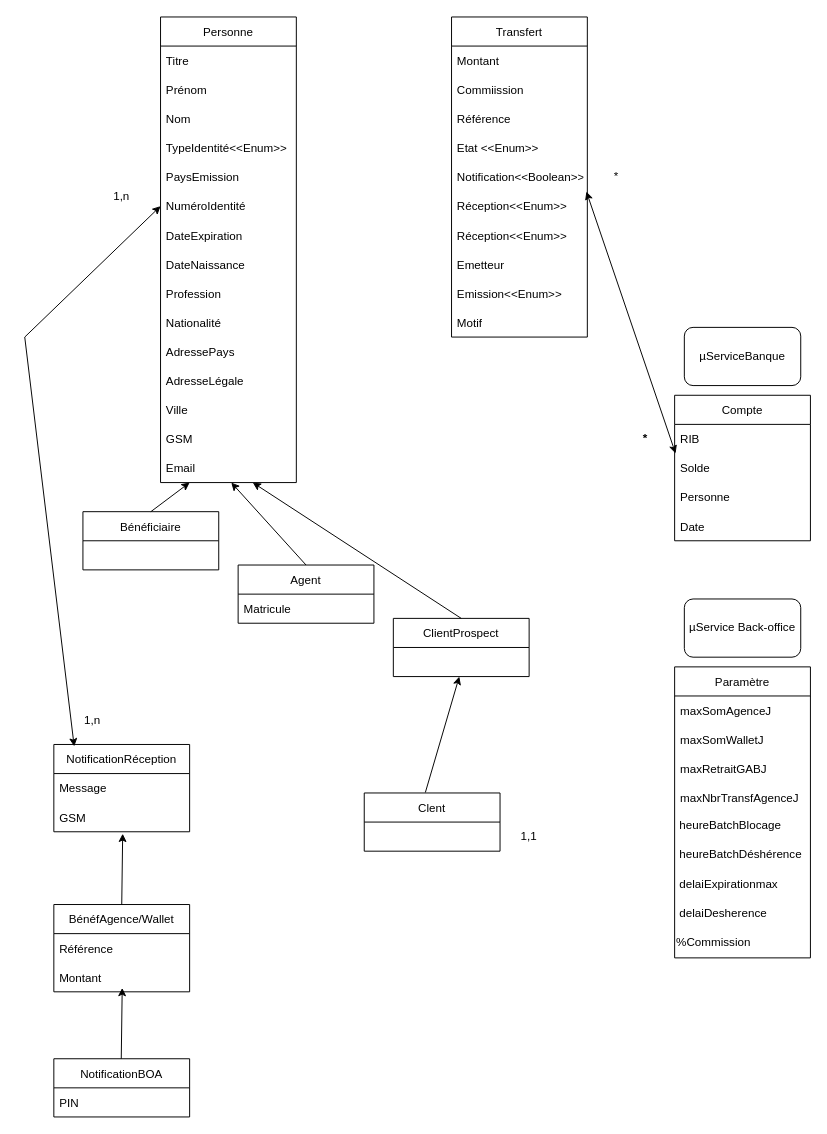
Before: Diagramme de classe.drawio in TransfertNationalOrg/transfert-service, a draw.io diagram. Source tidied: cells renumbered, new cells numbered last; positions are measured from the earlier drawing's top-left corner, leaving out a move shared by most shapes. Both pictures are drawn from the tidied source at 97%, with x=0, y=0 at pixel (24, 16).
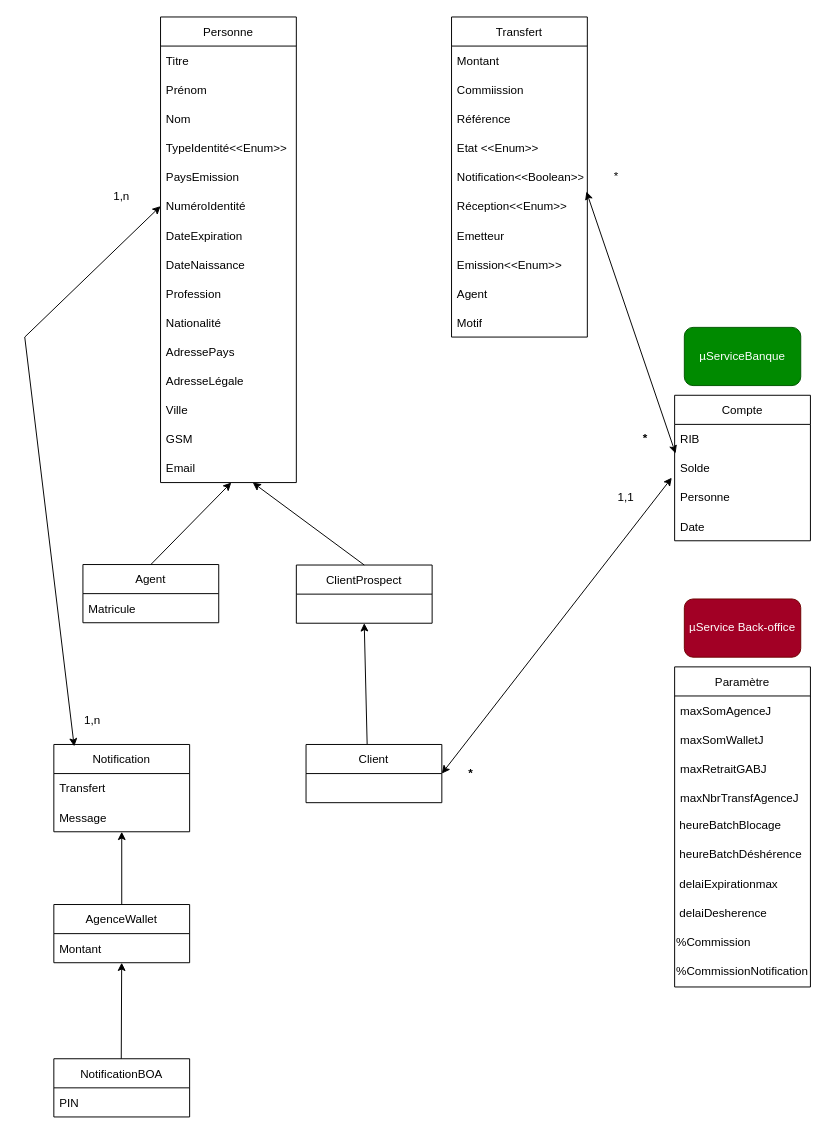
The same page after the edit.

The change refers to these unchanged cells:
```xml
<mxCell id="2" value="Transfert" style="swimlane;fontStyle=0;horizontal=1;startSize=30;" parent="1" vertex="1">
  <mxGeometry x="440" width="140" height="330" as="geometry" />
</mxCell>
<mxCell id="31" value="Solde" style="text;strokeColor=none;fillColor=none;align=left;verticalAlign=middle;spacingLeft=4;spacingRight=4;overflow=hidden;points=[[0,0.5],[1,0.5]];portConstraint=eastwest;" parent="29" vertex="1">
  <mxGeometry y="60" width="140" height="30" as="geometry" />
</mxCell>
```

Diff of the diagram source:
```diff
@@
-    <mxCell id="9" value="Réception&lt;&lt;Enum&gt;&gt;" style="text;strokeColor=none;fillColor=none;align=left;verticalAlign=middle;spacingLeft=4;spacingRight=4;overflow=hidden;" parent="2" vertex="1">
-      <mxGeometry y="210" width="140" height="30" as="geometry" />
-    </mxCell>
     <mxCell id="10" value="Emetteur" style="text;strokeColor=none;fillColor=none;align=left;verticalAlign=middle;spacingLeft=4;spacingRight=4;overflow=hidden;" parent="2" vertex="1">
-      <mxGeometry y="240" width="140" height="30" as="geometry" />
+      <mxGeometry y="210" width="140" height="30" as="geometry" />
     </mxCell>
     <mxCell id="11" value="Emission&lt;&lt;Enum&gt;&gt;" style="text;strokeColor=none;fillColor=none;align=left;verticalAlign=middle;spacingLeft=4;spacingRight=4;overflow=hidden;" parent="2" vertex="1">
-      <mxGeometry y="270" width="140" height="30" as="geometry" />
+      <mxGeometry y="240" width="140" height="30" as="geometry" />
     </mxCell>
+    <mxCell id="72" value="Agent" style="text;strokeColor=none;fillColor=none;align=left;verticalAlign=middle;spacingLeft=4;spacingRight=4;overflow=hidden;" parent="2" vertex="1">
+      <mxGeometry y="270" width="140" height="30" as="geometry" />
+    </mxCell>
@@
-    <mxCell id="34" value="Bénéficiaire" style="swimlane;fontStyle=0;horizontal=1;startSize=30;" parent="1" vertex="1">
-      <mxGeometry x="60" y="510" width="140" height="60" as="geometry" />
-    </mxCell>
     <mxCell id="35" value="Agent" style="swimlane;fontStyle=0;horizontal=1;startSize=30;" parent="1" vertex="1">
-      <mxGeometry x="220" y="565" width="140" height="60" as="geometry" />
+      <mxGeometry x="60" y="564.5" width="140" height="60" as="geometry" />
     </mxCell>
@@
     <mxCell id="37" value="ClientProspect" style="swimlane;fontStyle=0;horizontal=1;startSize=30;" parent="1" vertex="1">
-      <mxGeometry x="380" y="620" width="140" height="60" as="geometry" />
+      <mxGeometry x="280" y="565" width="140" height="60" as="geometry" />
     </mxCell>
-    <mxCell id="38" value="Clent" style="swimlane;fontStyle=0;horizontal=1;startSize=30;" parent="1" vertex="1">
-      <mxGeometry x="350" y="800" width="140" height="60" as="geometry" />
+    <mxCell id="38" value="Client" style="swimlane;fontStyle=0;horizontal=1;startSize=30;" parent="1" vertex="1">
+      <mxGeometry x="290" y="750" width="140" height="60" as="geometry" />
     </mxCell>
     <mxCell id="39" value="Paramètre" style="swimlane;fontStyle=0;horizontal=1;startSize=30;" parent="1" vertex="1">
-      <mxGeometry x="670" y="670" width="140" height="300" as="geometry" />
+      <mxGeometry x="670" y="670" width="140" height="330" as="geometry" />
     </mxCell>
@@
+    <mxCell id="73" value="&lt;font face=&quot;helvetica&quot;&gt;%CommissionNotification&lt;/font&gt;" style="text;whiteSpace=wrap;html=1;" parent="39" vertex="1">
+      <mxGeometry y="300" width="140" height="30" as="geometry" />
+    </mxCell>
-    <mxCell id="49" value="NotificationRéception" style="swimlane;fontStyle=0;horizontal=1;startSize=30;" parent="1" vertex="1">
+    <mxCell id="49" value="Notification" style="swimlane;fontStyle=0;horizontal=1;startSize=30;" parent="1" vertex="1">
       <mxGeometry x="30" y="750" width="140" height="90" as="geometry" />
     </mxCell>
+    <mxCell id="74" value="Transfert" style="text;strokeColor=none;fillColor=none;align=left;verticalAlign=middle;spacingLeft=4;spacingRight=4;overflow=hidden;" parent="49" vertex="1">
+      <mxGeometry y="30" width="140" height="30" as="geometry" />
+    </mxCell>
     <mxCell id="50" value="Message" style="text;strokeColor=none;fillColor=none;align=left;verticalAlign=middle;spacingLeft=4;spacingRight=4;overflow=hidden;points=[[0,0.5],[1,0.5]];portConstraint=eastwest;" parent="49" vertex="1">
-      <mxGeometry y="30" width="140" height="30" as="geometry" />
+      <mxGeometry y="60" width="140" height="30" as="geometry" />
     </mxCell>
-    <mxCell id="51" value="GSM" style="text;strokeColor=none;fillColor=none;align=left;verticalAlign=middle;spacingLeft=4;spacingRight=4;overflow=hidden;points=[[0,0.5],[1,0.5]];portConstraint=eastwest;" parent="49" vertex="1">
-      <mxGeometry y="60" width="140" height="30" as="geometry" />
-    </mxCell>
-    <mxCell id="52" value="BénéfAgence/Wallet" style="swimlane;fontStyle=0;horizontal=1;startSize=30;" parent="1" vertex="1">
-      <mxGeometry x="30" y="915" width="140" height="90" as="geometry" />
+    <mxCell id="52" value="AgenceWallet" style="swimlane;fontStyle=0;horizontal=1;startSize=30;" parent="1" vertex="1">
+      <mxGeometry x="30" y="915" width="140" height="60" as="geometry" />
     </mxCell>
-    <mxCell id="53" value="Référence" style="text;strokeColor=none;fillColor=none;align=left;verticalAlign=middle;spacingLeft=4;spacingRight=4;overflow=hidden;" parent="52" vertex="1">
-      <mxGeometry y="30" width="140" height="30" as="geometry" />
-    </mxCell>
     <mxCell id="54" value="Montant" style="text;strokeColor=none;fillColor=none;align=left;verticalAlign=middle;spacingLeft=4;spacingRight=4;overflow=hidden;points=[[0,0.5],[1,0.5]];portConstraint=eastwest;" parent="52" vertex="1">
-      <mxGeometry y="60" width="140" height="30" as="geometry" />
+      <mxGeometry y="30" width="140" height="30" as="geometry" />
     </mxCell>
@@
-    <mxCell id="57" style="endArrow=classic;html=1;rounded=0;entryX=0.507;entryY=1.067;entryDx=0;entryDy=0;entryPerimeter=0;" parent="1" edge="1" target="51">
+    <mxCell id="57" style="endArrow=classic;html=1;rounded=0;" parent="1" edge="1" target="50">
       <mxGeometry relative="1" as="geometry">
         <mxPoint x="100" y="915" as="sourcePoint" />
       </mxGeometry>
     </mxCell>
-    <mxCell id="58" style="endArrow=classic;html=1;rounded=0;entryX=0.507;entryY=1.067;entryDx=0;entryDy=0;entryPerimeter=0;" parent="1" edge="1">
+    <mxCell id="58" style="endArrow=classic;html=1;rounded=0;" parent="1" edge="1" target="54">
       <mxGeometry relative="1" as="geometry">
         <mxPoint x="99.5" y="1074" as="sourcePoint" />
-        <mxPoint x="100.5" y="1001" as="targetPoint" />
       </mxGeometry>
     </mxCell>
@@
-    <mxCell id="60" style="endArrow=classic;html=1;rounded=0;entryX=0.521;entryY=1;entryDx=0;entryDy=0;entryPerimeter=0;exitX=0.5;exitY=0;exitDx=0;exitDy=0;" parent="1" edge="1" source="34">
-      <mxGeometry relative="1" as="geometry">
-        <mxPoint x="170" y="480" as="targetPoint" />
-      </mxGeometry>
-    </mxCell>
@@
-    <mxCell id="62" style="endArrow=classic;html=1;rounded=0;entryX=0.486;entryY=1;entryDx=0;entryDy=0;entryPerimeter=0;exitX=0.45;exitY=-0.008;exitDx=0;exitDy=0;exitPerimeter=0;" parent="1" edge="1" source="38">
-      <mxGeometry relative="1" as="geometry">
-        <mxPoint x="448" y="680" as="targetPoint" />
-      </mxGeometry>
+    <mxCell id="62" style="endArrow=classic;html=1;rounded=0;entryX=0.5;entryY=1;entryDx=0;entryDy=0;exitX=0.45;exitY=-0.008;exitDx=0;exitDy=0;exitPerimeter=0;" parent="1" edge="1" source="38" target="37">
+      <mxGeometry relative="1" as="geometry" />
     </mxCell>
@@
     <mxCell id="67" value="1,1" style="text;html=1;strokeColor=none;fillColor=none;align=center;verticalAlign=middle;whiteSpace=wrap;rounded=0;" parent="1" vertex="1">
-      <mxGeometry x="490" y="830" width="60" height="30" as="geometry" />
+      <mxGeometry x="590" y="480" width="60" height="30" as="geometry" />
     </mxCell>
@@
-    <mxCell id="70" value="µServiceBanque" style="rounded=1;whiteSpace=wrap;html=1;" parent="1" vertex="1">
+    <mxCell id="70" value="µServiceBanque" style="rounded=1;whiteSpace=wrap;html=1;fillColor=#008a00;fontColor=#ffffff;strokeColor=#005700;" parent="1" vertex="1">
       <mxGeometry x="680" y="320" width="120" height="60" as="geometry" />
     </mxCell>
-    <mxCell id="71" value="µService Back-office" style="rounded=1;whiteSpace=wrap;html=1;" parent="1" vertex="1">
+    <mxCell id="71" value="µService Back-office" style="rounded=1;whiteSpace=wrap;html=1;fillColor=#a20025;fontColor=#ffffff;strokeColor=#6F0000;" parent="1" vertex="1">
       <mxGeometry x="680" y="600" width="120" height="60" as="geometry" />
     </mxCell>
+    <mxCell id="75" style="endArrow=classic;startArrow=classic;html=1;rounded=0;entryX=-0.021;entryY=0.833;entryDx=0;entryDy=0;entryPerimeter=0;exitX=1;exitY=0.5;exitDx=0;exitDy=0;" parent="1" edge="1" source="38" target="31">
+      <mxGeometry relative="1" as="geometry" />
+    </mxCell>
+    <mxCell id="76" value="&lt;b&gt;*&lt;/b&gt;" style="text;html=1;strokeColor=none;fillColor=none;align=center;verticalAlign=middle;whiteSpace=wrap;rounded=0;" parent="1" vertex="1">
+      <mxGeometry x="430" y="765" width="60" height="30" as="geometry" />
+    </mxCell>
```
